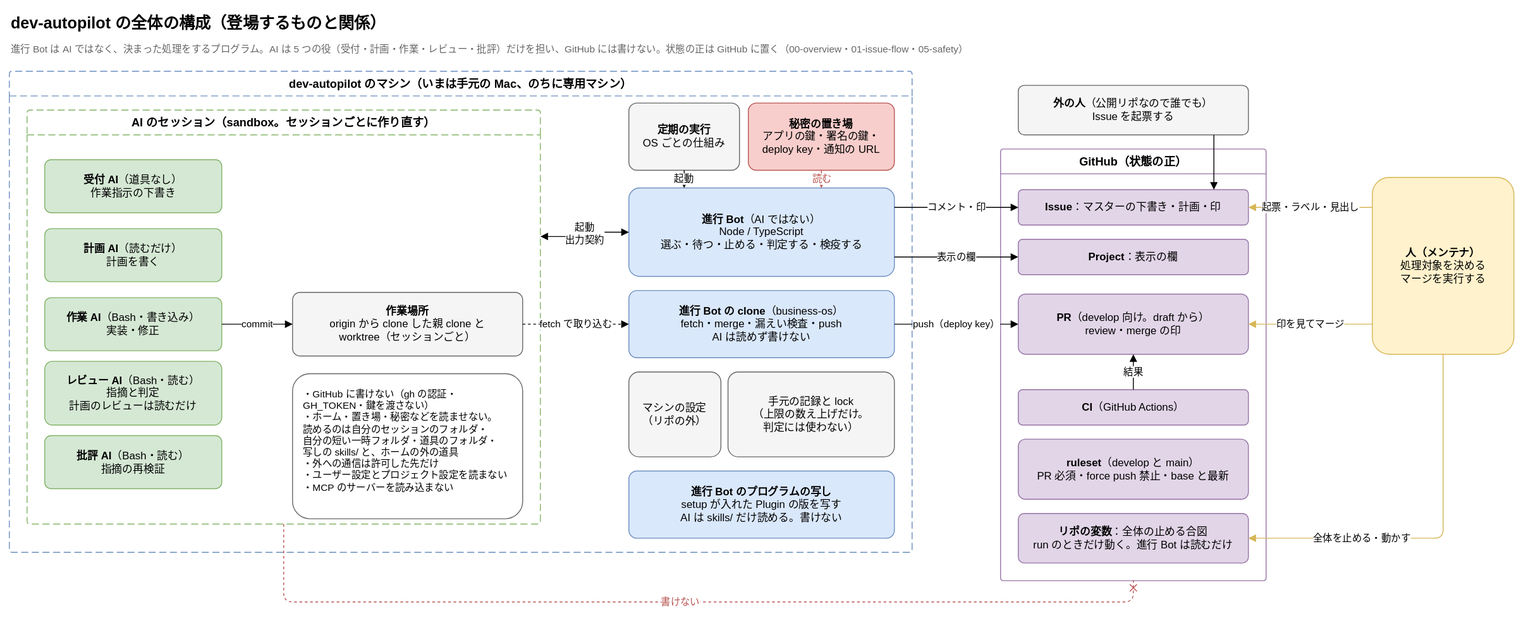
The draw.io diagram docs/requirements/diagrams/overview.drawio.svg in Joymerrevent/dev-autopilot, before a commit. Source tidied: cells renumbered, new cells last; positions are measured from the earlier drawing's top-left corner, leaving out a move shared by most shapes.
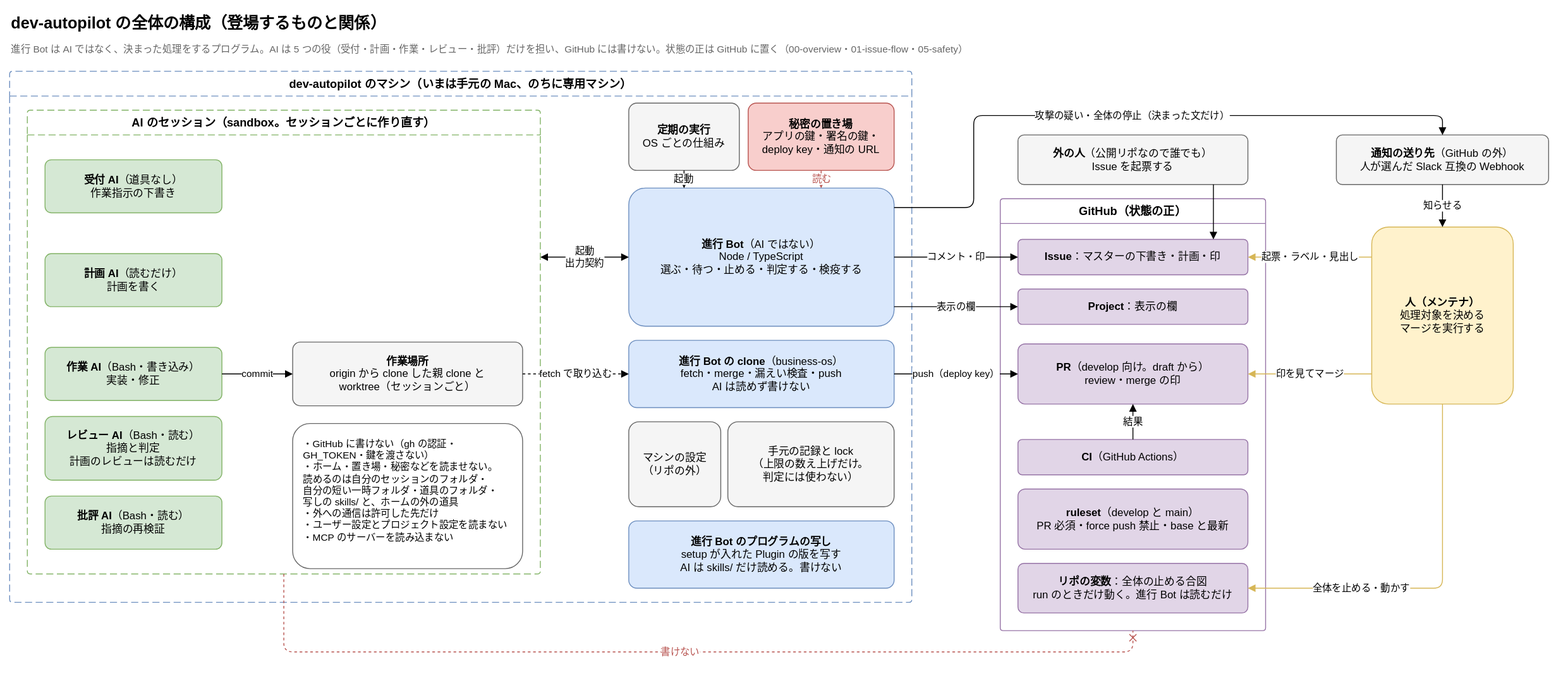
Above is the later version.

Commit message:
docs: 全体の構成と隔離と鍵の図に、進行 Bot から GitHub の外への通知の送り先への線を足す (#196)

The edit, as a diff of the source:
```diff
@@ -3,46 +3,46 @@
     <mxCell id="0" />
     <mxCell id="1" parent="0" />
     <mxCell id="2" value="dev-autopilot の全体の構成（登場するものと関係）" style="text;html=1;whiteSpace=wrap;align=left;verticalAlign=middle;fontSize=18;fontStyle=1;" parent="1" vertex="1">
-      <mxGeometry width="900" height="32" as="geometry" />
+      <mxGeometry y="-56" width="900" height="32" as="geometry" />
     </mxCell>
     <mxCell id="3" value="進行 Bot は AI ではなく、決まった処理をするプログラム。AI は 5 つの役（受付・計画・作業・レビュー・批評）だけを担い、GitHub には書けない。状態の正は GitHub に置く（00-overview・01-issue-flow・05-safety）" style="text;html=1;whiteSpace=wrap;align=left;verticalAlign=top;fontSize=11;fontColor=#666666;" parent="1" vertex="1">
-      <mxGeometry y="32" width="1700" height="22" as="geometry" />
+      <mxGeometry y="-24" width="1700" height="22" as="geometry" />
     </mxCell>
     <mxCell id="4" value="dev-autopilot のマシン（いまは手元の Mac、のちに専用マシン）" style="swimlane;startSize=28;html=1;whiteSpace=wrap;rounded=1;arcSize=4;dashed=1;dashPattern=8 4;fontStyle=1;fontSize=13;strokeColor=#6c8ebf;fillColor=none;swimlaneFillColor=none;" parent="1" vertex="1">
-      <mxGeometry y="70" width="1020" height="544" as="geometry" />
+      <mxGeometry y="14" width="1020" height="600" as="geometry" />
     </mxCell>
     <mxCell id="5" value="AI のセッション（sandbox。セッションごとに作り直す）" style="swimlane;startSize=28;html=1;whiteSpace=wrap;rounded=1;arcSize=4;dashed=1;dashPattern=8 4;fontStyle=1;fontSize=13;strokeColor=#82b366;fillColor=none;swimlaneFillColor=none;" parent="4" vertex="1">
-      <mxGeometry x="20" y="44" width="580" height="468" as="geometry" />
+      <mxGeometry x="20" y="44" width="580" height="524" as="geometry" />
     </mxCell>
     <mxCell id="6" value="&lt;b&gt;受付 AI&lt;/b&gt;（道具なし）&lt;br&gt;作業指示の下書き" style="rounded=1;whiteSpace=wrap;html=1;fontSize=12;arcSize=12;fillColor=#d5e8d4;strokeColor=#82b366;spacing=12;" parent="5" vertex="1">
       <mxGeometry x="20" y="56" width="200" height="60" as="geometry" />
     </mxCell>
     <mxCell id="7" value="&lt;b&gt;計画 AI&lt;/b&gt;（読むだけ）&lt;br&gt;計画を書く" style="rounded=1;whiteSpace=wrap;html=1;fontSize=12;arcSize=12;fillColor=#d5e8d4;strokeColor=#82b366;spacing=12;" parent="5" vertex="1">
-      <mxGeometry x="20" y="134" width="200" height="60" as="geometry" />
+      <mxGeometry x="20" y="162" width="200" height="60" as="geometry" />
     </mxCell>
     <mxCell id="8" value="&lt;b&gt;作業 AI&lt;/b&gt;（Bash・書き込み）&lt;br&gt;実装・修正" style="rounded=1;whiteSpace=wrap;html=1;fontSize=12;arcSize=12;fillColor=#d5e8d4;strokeColor=#82b366;spacing=12;" parent="5" vertex="1">
-      <mxGeometry x="20" y="212" width="200" height="60" as="geometry" />
+      <mxGeometry x="20" y="268" width="200" height="60" as="geometry" />
     </mxCell>
     <mxCell id="9" value="&lt;b&gt;レビュー AI&lt;/b&gt;（Bash・読む）&lt;br&gt;指摘と判定&lt;br&gt;計画のレビューは読むだけ" style="rounded=1;whiteSpace=wrap;html=1;fontSize=12;arcSize=12;fillColor=#d5e8d4;strokeColor=#82b366;spacing=12;" parent="5" vertex="1">
-      <mxGeometry x="20" y="284" width="200" height="72" as="geometry" />
+      <mxGeometry x="20" y="346" width="200" height="72" as="geometry" />
     </mxCell>
     <mxCell id="10" value="&lt;b&gt;批評 AI&lt;/b&gt;（Bash・読む）&lt;br&gt;指摘の再検証" style="rounded=1;whiteSpace=wrap;html=1;fontSize=12;arcSize=12;fillColor=#d5e8d4;strokeColor=#82b366;spacing=12;" parent="5" vertex="1">
-      <mxGeometry x="20" y="368" width="200" height="60" as="geometry" />
+      <mxGeometry x="20" y="436" width="200" height="60" as="geometry" />
     </mxCell>
     <mxCell id="11" value="&lt;b&gt;作業場所&lt;/b&gt;&lt;br&gt;origin から clone した親 clone と&lt;br&gt;worktree（セッションごと）" style="rounded=1;whiteSpace=wrap;html=1;fontSize=12;arcSize=12;fillColor=#f5f5f5;strokeColor=#666666;spacing=12;" parent="5" vertex="1">
-      <mxGeometry x="300" y="206" width="260" height="72" as="geometry" />
+      <mxGeometry x="300" y="262" width="260" height="72" as="geometry" />
     </mxCell>
     <mxCell id="12" value="・GitHub に書けない（gh の認証・GH_TOKEN・鍵を渡さない）&lt;br&gt;・ホーム・置き場・秘密などを読ませない。&lt;br&gt;読めるのは自分のセッションのフォルダ・&lt;br&gt;自分の短い一時フォルダ・道具のフォルダ・&lt;br&gt;写しの skills/ と、ホームの外の道具&lt;br&gt;・外への通信は許可した先だけ&lt;br&gt;・ユーザー設定とプロジェクト設定を読まない&lt;br&gt;・MCP のサーバーを読み込まない" style="rounded=1;whiteSpace=wrap;html=1;fontSize=12;arcSize=12;align=left;verticalAlign=top;fontSize=11;fillColor=#ffffff;strokeColor=#666666;spacing=12;" parent="5" vertex="1">
-      <mxGeometry x="300" y="298" width="260" height="164" as="geometry" />
+      <mxGeometry x="300" y="354" width="260" height="164" as="geometry" />
     </mxCell>
     <mxCell id="13" value="&lt;b&gt;定期の実行&lt;/b&gt;&lt;br&gt;OS ごとの仕組み" style="rounded=1;whiteSpace=wrap;html=1;fontSize=12;arcSize=12;fillColor=#f5f5f5;strokeColor=#666666;spacing=12;" parent="1" vertex="1">
-      <mxGeometry x="700" y="106" width="125" height="76" as="geometry" />
+      <mxGeometry x="700" y="50" width="125" height="76" as="geometry" />
     </mxCell>
     <mxCell id="14" value="&lt;b&gt;秘密の置き場&lt;/b&gt;&lt;br&gt;アプリの鍵・署名の鍵・&lt;br&gt;deploy key・通知の URL" style="rounded=1;whiteSpace=wrap;html=1;fontSize=12;arcSize=12;fillColor=#f8cecc;strokeColor=#b85450;spacing=12;" parent="1" vertex="1">
-      <mxGeometry x="835" y="106" width="165" height="76" as="geometry" />
+      <mxGeometry x="835" y="50" width="165" height="76" as="geometry" />
     </mxCell>
     <mxCell id="15" value="&lt;b&gt;進行 Bot&lt;/b&gt;（AI ではない）&lt;br&gt;Node / TypeScript&lt;br&gt;選ぶ・待つ・止める・判定する・検疫する" style="rounded=1;whiteSpace=wrap;html=1;fontSize=12;arcSize=12;fillColor=#dae8fc;strokeColor=#6c8ebf;spacing=12;" parent="1" vertex="1">
-      <mxGeometry x="700" y="202" width="300" height="100" as="geometry" />
+      <mxGeometry x="700" y="146" width="300" height="156" as="geometry" />
     </mxCell>
     <mxCell id="16" value="&lt;b&gt;進行 Bot の clone&lt;/b&gt;（business-os）&lt;br&gt;fetch・merge・漏えい検査・push&lt;br&gt;AI は読めず書けない" style="rounded=1;whiteSpace=wrap;html=1;fontSize=12;arcSize=12;fillColor=#dae8fc;strokeColor=#6c8ebf;spacing=12;" parent="1" vertex="1">
       <mxGeometry x="700" y="318" width="300" height="76" as="geometry" />
@@ -83,13 +83,16 @@
     <mxCell id="28" value="&lt;b&gt;外の人&lt;/b&gt;（公開リポなので誰でも）&lt;br&gt;Issue を起票する" style="rounded=1;whiteSpace=wrap;html=1;fontSize=12;arcSize=12;fillColor=#f5f5f5;strokeColor=#666666;spacing=12;" parent="1" vertex="1">
       <mxGeometry x="1140" y="86" width="260" height="56" as="geometry" />
     </mxCell>
+    <mxCell id="43" value="&lt;b&gt;通知の送り先&lt;/b&gt;（GitHub の外）&lt;br&gt;人が選んだ Slack 互換の Webhook" style="rounded=1;whiteSpace=wrap;html=1;fontSize=12;arcSize=12;fillColor=#f5f5f5;strokeColor=#666666;spacing=12;" parent="1" vertex="1">
+      <mxGeometry x="1500" y="86" width="240" height="56" as="geometry" />
+    </mxCell>
     <mxCell id="29" value="起動" style="edgeStyle=orthogonalEdgeStyle;rounded=1;html=1;endArrow=block;endFill=1;fontSize=11;labelBackgroundColor=#ffffff;exitDx=0;exitDy=0;entryDx=0;entryDy=0;exitX=0.5;exitY=1;entryX=0.2083;entryY=0;" parent="1" edge="1" source="13" target="15">
       <mxGeometry relative="1" as="geometry" />
     </mxCell>
     <mxCell id="30" value="読む" style="edgeStyle=orthogonalEdgeStyle;rounded=1;html=1;endArrow=block;endFill=1;fontSize=11;labelBackgroundColor=#ffffff;strokeColor=#b85450;fontColor=#b85450;exitDx=0;exitDy=0;entryDx=0;entryDy=0;exitX=0.5;exitY=1;entryX=0.725;entryY=0;" parent="1" edge="1" source="14" target="15">
       <mxGeometry relative="1" as="geometry" />
     </mxCell>
-    <mxCell id="31" value="起動&lt;br&gt;出力契約" style="edgeStyle=orthogonalEdgeStyle;rounded=1;html=1;endArrow=block;endFill=1;fontSize=11;labelBackgroundColor=#ffffff;startArrow=block;startFill=1;exitDx=0;exitDy=0;entryDx=0;entryDy=0;exitX=0;exitY=0.5;entryX=1;entryY=0.3053;" parent="1" edge="1" source="15" target="5">
+    <mxCell id="31" value="起動&lt;br&gt;出力契約" style="edgeStyle=orthogonalEdgeStyle;rounded=1;html=1;endArrow=block;endFill=1;fontSize=11;labelBackgroundColor=#ffffff;startArrow=block;startFill=1;exitDx=0;exitDy=0;entryDx=0;entryDy=0;exitX=0;exitY=0.5;entryX=1;entryY=0.3168;" parent="1" edge="1" source="15" target="5">
       <mxGeometry relative="1" as="geometry" />
     </mxCell>
     <mxCell id="32" value="commit" style="edgeStyle=orthogonalEdgeStyle;rounded=1;html=1;endArrow=block;endFill=1;fontSize=11;labelBackgroundColor=#ffffff;exitX=1;exitY=0.5;exitDx=0;exitDy=0;entryX=0;entryY=0.5;entryDx=0;entryDy=0;" parent="1" edge="1" source="8" target="11">
@@ -98,10 +101,10 @@
     <mxCell id="33" value="fetch で取り込む" style="edgeStyle=orthogonalEdgeStyle;rounded=1;html=1;endArrow=block;endFill=1;fontSize=11;labelBackgroundColor=#ffffff;dashed=1;exitDx=0;exitDy=0;entryDx=0;entryDy=0;exitX=1;exitY=0.5;entryX=0;entryY=0.5;" parent="1" edge="1" source="11" target="16">
       <mxGeometry relative="1" as="geometry" />
     </mxCell>
-    <mxCell id="34" value="コメント・印" style="edgeStyle=orthogonalEdgeStyle;rounded=1;html=1;endArrow=block;endFill=1;fontSize=11;labelBackgroundColor=#ffffff;exitDx=0;exitDy=0;entryDx=0;entryDy=0;exitX=1;exitY=0.22;entryX=0;entryY=0.5;" parent="1" edge="1" source="15" target="21">
+    <mxCell id="34" value="コメント・印" style="edgeStyle=orthogonalEdgeStyle;rounded=1;html=1;endArrow=block;endFill=1;fontSize=11;labelBackgroundColor=#ffffff;exitDx=0;exitDy=0;entryDx=0;entryDy=0;exitX=1;exitY=0.5;entryX=0;entryY=0.5;" parent="1" edge="1" source="15" target="21">
       <mxGeometry relative="1" as="geometry" />
     </mxCell>
-    <mxCell id="35" value="表示の欄" style="edgeStyle=orthogonalEdgeStyle;rounded=1;html=1;endArrow=block;endFill=1;fontSize=11;labelBackgroundColor=#ffffff;exitDx=0;exitDy=0;entryDx=0;entryDy=0;exitX=1;exitY=0.78;entryX=0;entryY=0.5;" parent="1" edge="1" source="15" target="22">
+    <mxCell id="35" value="表示の欄" style="edgeStyle=orthogonalEdgeStyle;rounded=1;html=1;endArrow=block;endFill=1;fontSize=11;labelBackgroundColor=#ffffff;exitDx=0;exitDy=0;entryDx=0;entryDy=0;exitX=1;exitY=0.859;entryX=0;entryY=0.5;" parent="1" edge="1" source="15" target="22">
       <mxGeometry relative="1" as="geometry" />
     </mxCell>
     <mxCell id="36" value="push（deploy key）" style="edgeStyle=orthogonalEdgeStyle;rounded=1;html=1;endArrow=block;endFill=1;fontSize=11;labelBackgroundColor=#ffffff;exitDx=0;exitDy=0;entryDx=0;entryDy=0;exitX=1;exitY=0.5;entryX=0;entryY=0.5;" parent="1" edge="1" source="16" target="23">
@@ -119,6 +122,18 @@
     <mxCell id="40" value="全体を止める・動かす" style="edgeStyle=orthogonalEdgeStyle;rounded=1;html=1;endArrow=block;endFill=1;fontSize=11;labelBackgroundColor=#ffffff;strokeColor=#d6b656;exitDx=0;exitDy=0;entryDx=0;entryDy=0;exitX=0.5;exitY=1;entryX=1;entryY=0.5;" parent="1" edge="1" source="27" target="26">
       <mxGeometry x="0.4" relative="1" as="geometry" />
     </mxCell>
+    <mxCell id="44" value="攻撃の疑い・全体の停止（決まった文だけ）" style="edgeStyle=orthogonalEdgeStyle;rounded=1;html=1;endArrow=block;endFill=1;fontSize=11;labelBackgroundColor=#ffffff;exitDx=0;exitDy=0;entryDx=0;entryDy=0;exitX=1;exitY=0.141;entryX=0.5;entryY=0;" parent="1" edge="1" source="15" target="43">
+      <mxGeometry relative="1" as="geometry">
+        <Array as="points">
+          <mxPoint x="1090" y="168" />
+          <mxPoint x="1090" y="64" />
+          <mxPoint x="1620" y="64" />
+        </Array>
+      </mxGeometry>
+    </mxCell>
+    <mxCell id="45" value="知らせる" style="edgeStyle=orthogonalEdgeStyle;rounded=1;html=1;endArrow=block;endFill=1;fontSize=11;labelBackgroundColor=#ffffff;exitDx=0;exitDy=0;entryDx=0;entryDy=0;exitX=0.5;exitY=1;entryX=0.5;entryY=0;" parent="1" edge="1" source="43" target="27">
+      <mxGeometry relative="1" as="geometry" />
+    </mxCell>
     <mxCell id="41" value="印を見てマージ" style="edgeStyle=orthogonalEdgeStyle;rounded=1;html=1;endArrow=block;endFill=1;fontSize=11;labelBackgroundColor=#ffffff;strokeColor=#d6b656;exitDx=0;exitDy=0;entryDx=0;entryDy=0;exitX=0;exitY=0.83;entryX=1;entryY=0.5;" parent="1" edge="1" source="27" target="23">
       <mxGeometry relative="1" as="geometry" />
     </mxCell>
```
